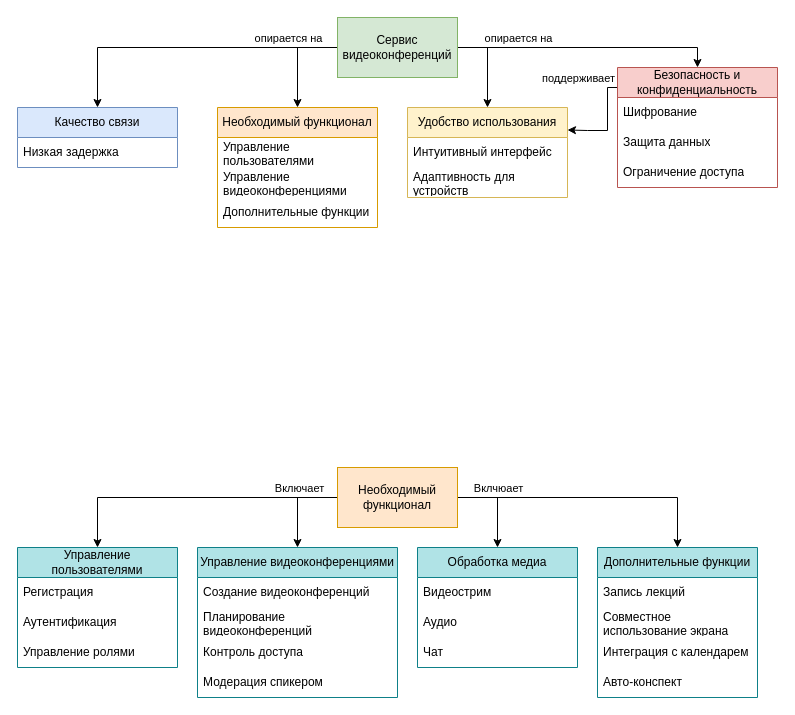
This is видеоконференции.drawio from Odinzov/Ontology, a draw.io file, before an edit. Source tidied: cells renumbered, new cells numbered last; positions are measured from the earlier drawing's top-left corner, leaving out a move shared by most shapes. Both pictures are drawn from the tidied source at 100%, with x=0, y=0 at pixel (17, 17).
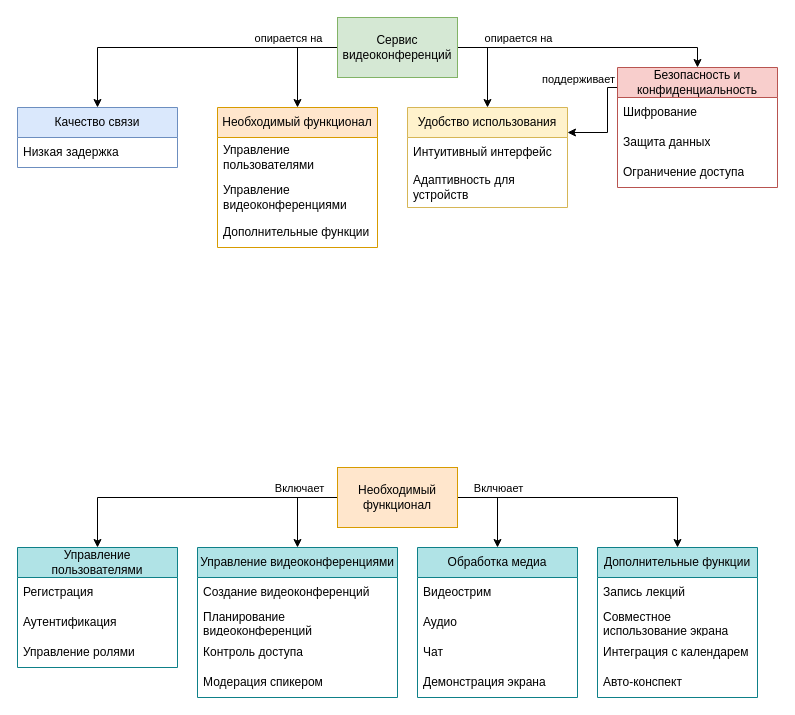
The same page after the edit.

Commit message:
Добавлена демонстрация экрана

The change refers to these unchanged cells:
```xml
<mxCell id="20" value="Безопасность и конфиденциальность" style="swimlane;fontStyle=0;horizontal=1;startSize=30;whiteSpace=wrap;html=1;fillColor=#f8cecc;strokeColor=#b85450;" parent="1" vertex="1">
  <mxGeometry x="600" y="50" width="160" height="120" as="geometry" />
</mxCell>
```

Change to the diagram source:
```diff
@@
     <mxCell id="11" value="Удобство использования" style="swimlane;fontStyle=0;horizontal=1;startSize=30;whiteSpace=wrap;html=1;fillColor=#fff2cc;strokeColor=#d6b656;" parent="1" vertex="1">
-      <mxGeometry x="390" y="90" width="160" height="90" as="geometry" />
+      <mxGeometry x="390" y="90" width="160" height="100" as="geometry" />
     </mxCell>
@@
     <mxCell id="13" value="&lt;div&gt;Адаптивность для устройств&lt;/div&gt;" style="text;strokeColor=none;fillColor=none;align=left;verticalAlign=middle;spacingLeft=4;spacingRight=4;overflow=hidden;whiteSpace=wrap;html=1;" parent="11" vertex="1">
-      <mxGeometry y="60" width="160" height="30" as="geometry" />
+      <mxGeometry y="60" width="160" height="40" as="geometry" />
     </mxCell>
     <mxCell id="14" value="Необходимый функционал" style="swimlane;fontStyle=0;horizontal=1;startSize=30;whiteSpace=wrap;html=1;fillColor=#ffe6cc;strokeColor=#d79b00;" parent="1" vertex="1">
-      <mxGeometry x="200" y="90" width="160" height="120" as="geometry" />
+      <mxGeometry x="200" y="90" width="160" height="140" as="geometry" />
     </mxCell>
     <mxCell id="15" value="&lt;div&gt;Управление пользователями&lt;/div&gt;" style="text;strokeColor=none;fillColor=none;align=left;verticalAlign=middle;spacingLeft=4;spacingRight=4;overflow=hidden;whiteSpace=wrap;html=1;" parent="14" vertex="1">
-      <mxGeometry y="30" width="160" height="30" as="geometry" />
+      <mxGeometry y="30" width="160" height="40" as="geometry" />
     </mxCell>
     <mxCell id="16" value="&lt;div&gt;Управление видеоконференциями&lt;/div&gt;" style="text;strokeColor=none;fillColor=none;align=left;verticalAlign=middle;spacingLeft=4;spacingRight=4;overflow=hidden;whiteSpace=wrap;html=1;" parent="14" vertex="1">
-      <mxGeometry y="60" width="160" height="30" as="geometry" />
+      <mxGeometry y="70" width="160" height="40" as="geometry" />
     </mxCell>
     <mxCell id="17" value="&lt;div&gt;Дополнительные функции&lt;/div&gt;" style="text;strokeColor=none;fillColor=none;align=left;verticalAlign=middle;spacingLeft=4;spacingRight=4;overflow=hidden;whiteSpace=wrap;html=1;" parent="14" vertex="1">
-      <mxGeometry y="90" width="160" height="30" as="geometry" />
+      <mxGeometry y="110" width="160" height="30" as="geometry" />
     </mxCell>
     <mxCell id="18" style="edgeStyle=orthogonalEdgeStyle;rounded=0;jettySize=auto;html=1;exitX=0;exitY=0.25;exitDx=0;exitDy=0;entryX=1;entryY=0.25;entryDx=0;entryDy=0;" parent="1" edge="1" source="20" target="11">
       <mxGeometry relative="1" as="geometry">
         <Array as="points">
           <mxPoint x="600" y="70" />
           <mxPoint x="590" y="70" />
-          <mxPoint x="590" y="113" />
-          <mxPoint x="570" y="113" />
+          <mxPoint x="590" y="115" />
         </Array>
       </mxGeometry>
     </mxCell>
@@
     <mxCell id="40" value="&lt;span style=&quot;text-align: left;&quot;&gt;Обработка медиа&lt;/span&gt;" style="swimlane;fontStyle=0;horizontal=1;startSize=30;whiteSpace=wrap;html=1;fillColor=#b0e3e6;strokeColor=#0e8088;" parent="1" vertex="1">
-      <mxGeometry x="400" y="530" width="160" height="120" as="geometry" />
+      <mxGeometry x="400" y="530" width="160" height="150" as="geometry" />
     </mxCell>
@@
+    <mxCell id="49" value="Демонстрация экрана" style="text;strokeColor=none;fillColor=none;align=left;verticalAlign=middle;spacingLeft=4;spacingRight=4;overflow=hidden;whiteSpace=wrap;html=1;" parent="40" vertex="1">
+      <mxGeometry y="120" width="160" height="30" as="geometry" />
+    </mxCell>
```
